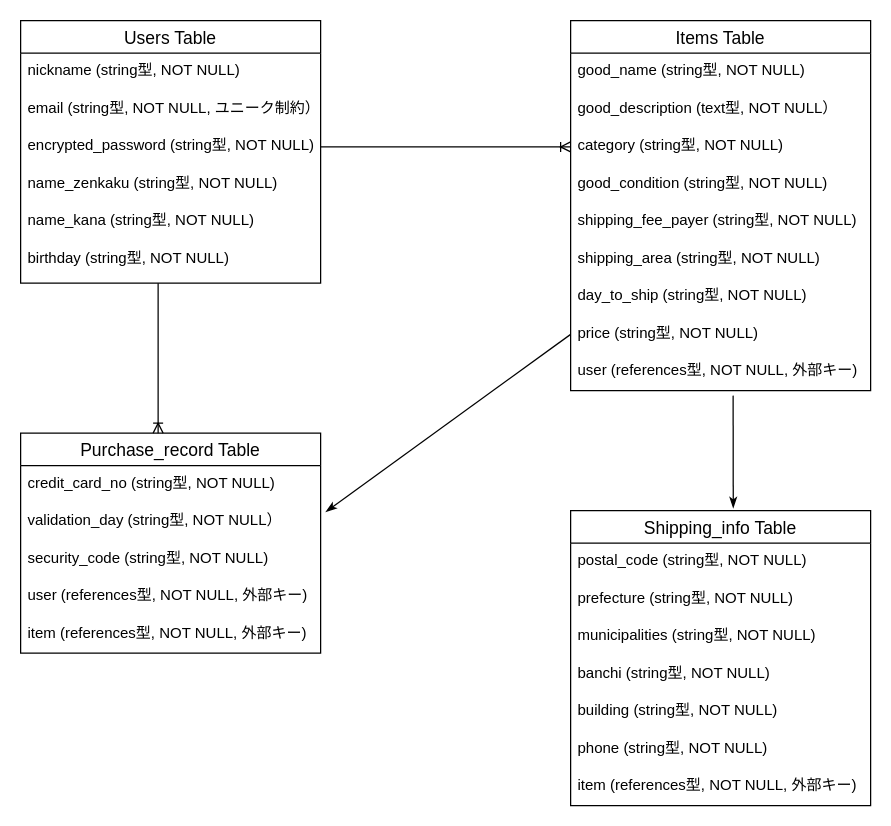
Above: furima.dio in calvin8171/furima-37744 (draw.io), before the change. Source tidied: cells renumbered, new cells numbered last; positions are measured from the earlier drawing's top-left corner, leaving out a move shared by most shapes. Both pictures are drawn from the tidied source at 125%, with x=0, y=0 at pixel (20, 20).
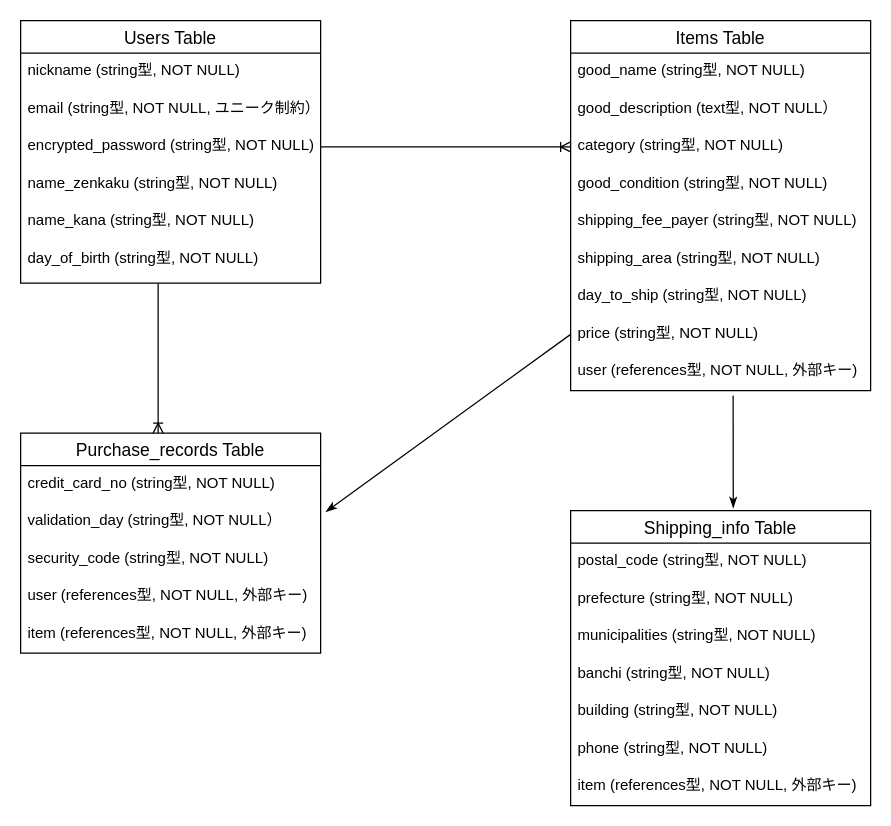
The same page after the edit.

Unchanged cells that the change refers to:
```xml
<mxCell id="2" value="Users Table" style="swimlane;fontStyle=0;horizontal=1;startSize=26;align=center;fontSize=14;" parent="1" vertex="1">
  <mxGeometry width="240" height="210" as="geometry" />
</mxCell>
```

Diff of the diagram source:
```diff
@@
-    <mxCell id="8" value="birthday (string型, NOT NULL)" style="text;strokeColor=none;fillColor=none;spacingLeft=4;spacingRight=4;overflow=hidden;fontSize=12;" parent="2" vertex="1">
+    <mxCell id="8" value="day_of_birth (string型, NOT NULL)" style="text;strokeColor=none;fillColor=none;spacingLeft=4;spacingRight=4;overflow=hidden;fontSize=12;" parent="2" vertex="1">
       <mxGeometry y="176" width="240" height="34" as="geometry" />
     </mxCell>
@@
-    <mxCell id="10" value="Purchase_record Table" style="swimlane;fontStyle=0;horizontal=1;startSize=26;align=center;fontSize=14;" parent="1" vertex="1">
+    <mxCell id="10" value="Purchase_records Table" style="swimlane;fontStyle=0;horizontal=1;startSize=26;align=center;fontSize=14;" parent="1" vertex="1">
       <mxGeometry y="330" width="240" height="176" as="geometry" />
     </mxCell>
```
